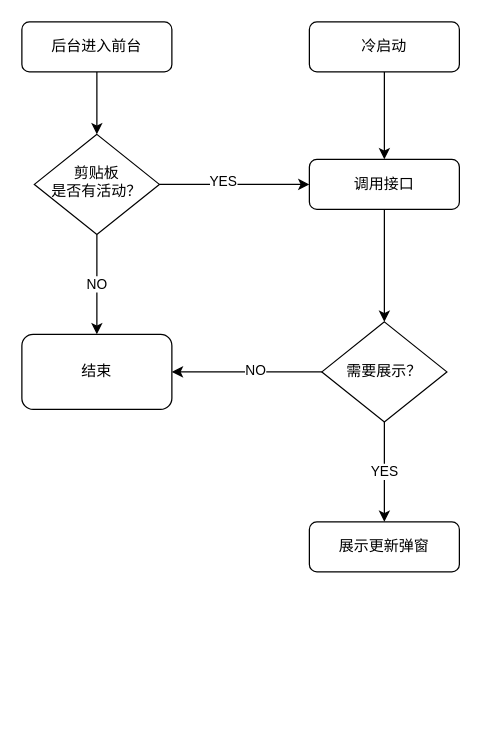
This is 未命名绘图.drawio from 6D1996/test, a draw.io file, before an edit. Source tidied: cells renumbered, new cells numbered last; positions are measured from the earlier drawing's top-left corner, leaving out a move shared by most shapes. Both pictures are drawn from the tidied source at 125%, with x=0, y=0 at pixel (21, 21).
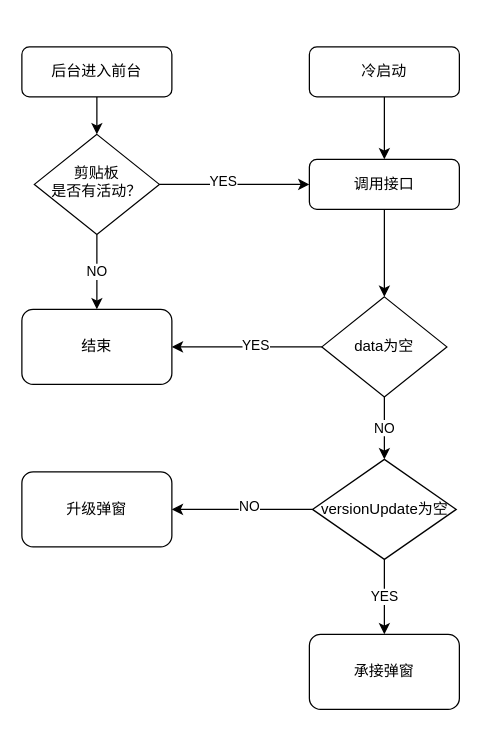
The same diagram, later.

Commit message:
活动承接弹窗.drawio

Unchanged cells that the change refers to:
```xml
<mxCell id="14" style="edgeStyle=orthogonalEdgeStyle;rounded=0;jettySize=auto;html=1;exitX=0;exitY=0.5;exitDx=0;exitDy=0;entryX=1;entryY=0.5;entryDx=0;entryDy=0;" parent="1" edge="1" source="17" target="11">
  <mxGeometry relative="1" as="geometry" />
</mxCell>
```

Change to the diagram source:
```diff
@@
     <mxCell id="3" value="后台进入前台" style="rounded=1;whiteSpace=wrap;html=1;fontSize=12;glass=0;strokeWidth=1;shadow=0;" parent="1" vertex="1">
-      <mxGeometry width="120" height="40" as="geometry" />
+      <mxGeometry y="20" width="120" height="40" as="geometry" />
     </mxCell>
@@
-    <mxCell id="10" value="展示更新弹窗" style="rounded=1;whiteSpace=wrap;html=1;fontSize=12;glass=0;strokeWidth=1;shadow=0;" parent="1" vertex="1">
-      <mxGeometry x="230" y="400" width="120" height="40" as="geometry" />
-    </mxCell>
     <mxCell id="11" value="结束" style="rounded=1;whiteSpace=wrap;html=1;" parent="1" vertex="1">
-      <mxGeometry y="250" width="120" height="60" as="geometry" />
+      <mxGeometry y="230" width="120" height="60" as="geometry" />
     </mxCell>
@@
     <mxCell id="13" value="冷启动" style="rounded=1;whiteSpace=wrap;html=1;fontSize=12;glass=0;strokeWidth=1;shadow=0;" parent="1" vertex="1">
-      <mxGeometry x="230" width="120" height="40" as="geometry" />
+      <mxGeometry x="230" y="20" width="120" height="40" as="geometry" />
     </mxCell>
@@
-    <mxCell id="15" value="NO" style="edgeLabel;html=1;align=center;verticalAlign=middle;" parent="14" vertex="1">
+    <mxCell id="15" value="YES" style="edgeLabel;html=1;align=center;verticalAlign=middle;" parent="14" vertex="1">
       <mxGeometry x="-0.1" y="-2" relative="1" as="geometry" />
     </mxCell>
-    <mxCell id="16" value="YES" style="edgeStyle=orthogonalEdgeStyle;rounded=0;jettySize=auto;html=1;exitX=0.5;exitY=1;exitDx=0;exitDy=0;entryX=0.5;entryY=0;entryDx=0;entryDy=0;" parent="1" edge="1" source="17" target="10">
+    <mxCell id="16" value="NO" style="edgeStyle=orthogonalEdgeStyle;rounded=0;jettySize=auto;html=1;exitX=0.5;exitY=1;exitDx=0;exitDy=0;entryX=0.5;entryY=0;entryDx=0;entryDy=0;" parent="1" edge="1" source="17" target="21">
       <mxGeometry relative="1" as="geometry" />
     </mxCell>
-    <mxCell id="17" value="需要展示？" style="rhombus;whiteSpace=wrap;html=1;" parent="1" vertex="1">
-      <mxGeometry x="240" y="240" width="100" height="80" as="geometry" />
+    <mxCell id="17" value="data为空" style="rhombus;whiteSpace=wrap;html=1;" parent="1" vertex="1">
+      <mxGeometry x="240" y="220" width="100" height="80" as="geometry" />
     </mxCell>
+    <mxCell id="18" style="edgeStyle=orthogonalEdgeStyle;rounded=0;jettySize=auto;html=1;exitX=0;exitY=0.5;exitDx=0;exitDy=0;" parent="1" edge="1" source="21" target="22">
+      <mxGeometry relative="1" as="geometry" />
+    </mxCell>
+    <mxCell id="19" value="NO" style="edgeLabel;html=1;align=center;verticalAlign=middle;" parent="18" vertex="1">
+      <mxGeometry x="-0.08" y="-3" relative="1" as="geometry">
+        <mxPoint x="1" as="offset" />
+      </mxGeometry>
+    </mxCell>
+    <mxCell id="20" value="YES" style="edgeStyle=orthogonalEdgeStyle;rounded=0;jettySize=auto;html=1;exitX=0.5;exitY=1;exitDx=0;exitDy=0;" parent="1" edge="1" source="21" target="23">
+      <mxGeometry relative="1" as="geometry" />
+    </mxCell>
+    <mxCell id="21" value="versionUpdate为空" style="rhombus;whiteSpace=wrap;html=1;" parent="1" vertex="1">
+      <mxGeometry x="232.5" y="350" width="115" height="80" as="geometry" />
+    </mxCell>
+    <mxCell id="22" value="升级弹窗" style="rounded=1;whiteSpace=wrap;html=1;" parent="1" vertex="1">
+      <mxGeometry y="360" width="120" height="60" as="geometry" />
+    </mxCell>
+    <mxCell id="23" value="承接弹窗" style="rounded=1;whiteSpace=wrap;html=1;" parent="1" vertex="1">
+      <mxGeometry x="230" y="490" width="120" height="60" as="geometry" />
+    </mxCell>
```
